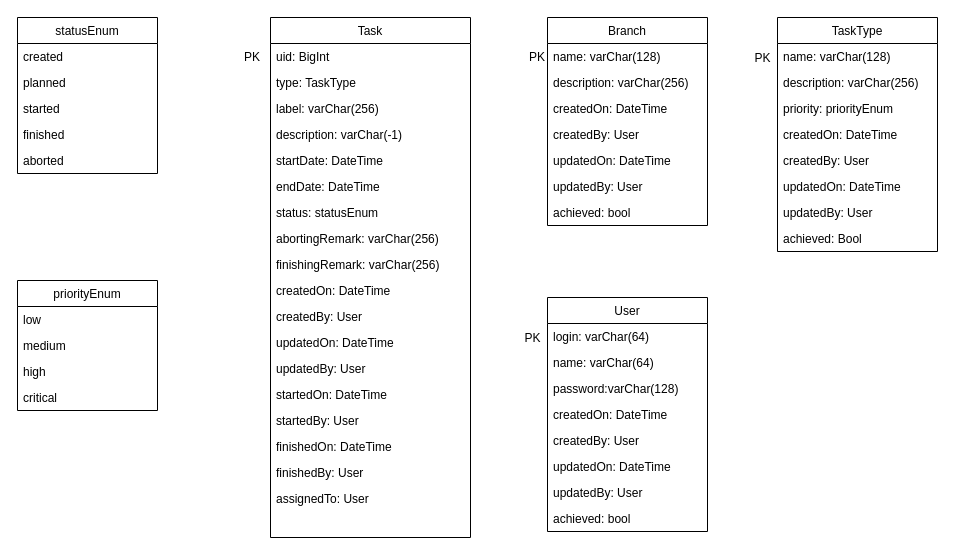
This is classes_overview.drawio from test-eban/fh_swf_mwf_2023, a draw.io file, before an edit. Source tidied: cells renumbered, new cells numbered last; positions are measured from the earlier drawing's top-left corner, leaving out a move shared by most shapes. Both pictures are drawn from the tidied source at 100%, with x=0, y=0 at pixel (17, 17).
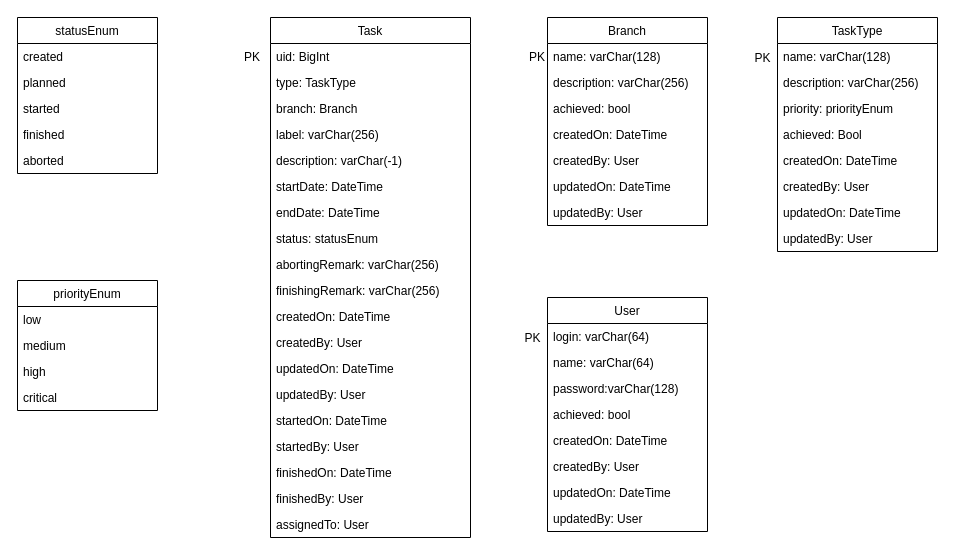
After the change.

Commit message (it also covers changes not shown here):
[BACKEND] new iteration of drawio backend

Unchanged cells that the change refers to:
```xml
<mxCell id="2" value="Task" style="swimlane;fontStyle=0;align=center;verticalAlign=top;horizontal=1;startSize=26;rounded=0;shadow=0;strokeWidth=1;" parent="1" vertex="1">
  <mxGeometry x="253" width="200" height="520" as="geometry" />
</mxCell>
<mxCell id="21" value="Branch" style="swimlane;fontStyle=0;horizontal=1;startSize=26;fillColor=none;" parent="1" vertex="1">
  <mxGeometry x="530" width="160" height="208" as="geometry" />
</mxCell>
<mxCell id="29" value="TaskType" style="swimlane;fontStyle=0;horizontal=1;startSize=26;fillColor=none;" parent="1" vertex="1">
  <mxGeometry x="760" width="160" height="234" as="geometry" />
</mxCell>
<mxCell id="38" value="User" style="swimlane;fontStyle=0;horizontal=1;startSize=26;fillColor=none;" parent="1" vertex="1">
  <mxGeometry x="530" y="280" width="160" height="234" as="geometry" />
</mxCell>
```

Change to the diagram source:
```diff
@@
+    <mxCell id="62" value="branch: Branch" style="text;align=left;verticalAlign=top;spacingLeft=4;spacingRight=4;overflow=hidden;rounded=0;shadow=0;html=0;" parent="2" vertex="1">
+      <mxGeometry y="78" width="200" height="26" as="geometry" />
+    </mxCell>
     <mxCell id="5" value="label: varChar(256)" style="text;align=left;verticalAlign=top;spacingLeft=4;spacingRight=4;overflow=hidden;rounded=0;shadow=0;html=0;" parent="2" vertex="1">
-      <mxGeometry y="78" width="200" height="26" as="geometry" />
+      <mxGeometry y="104" width="200" height="26" as="geometry" />
     </mxCell>
     <mxCell id="6" value="description: varChar(-1)" style="text;align=left;verticalAlign=top;spacingLeft=4;spacingRight=4;overflow=hidden;rounded=0;shadow=0;html=0;" parent="2" vertex="1">
-      <mxGeometry y="104" width="200" height="26" as="geometry" />
+      <mxGeometry y="130" width="200" height="26" as="geometry" />
     </mxCell>
     <mxCell id="7" value="startDate: DateTime" style="text;align=left;verticalAlign=top;spacingLeft=4;spacingRight=4;overflow=hidden;rounded=0;shadow=0;html=0;" parent="2" vertex="1">
-      <mxGeometry y="130" width="200" height="26" as="geometry" />
+      <mxGeometry y="156" width="200" height="26" as="geometry" />
     </mxCell>
     <mxCell id="8" value="endDate: DateTime" style="text;align=left;verticalAlign=top;spacingLeft=4;spacingRight=4;overflow=hidden;rounded=0;shadow=0;html=0;" parent="2" vertex="1">
-      <mxGeometry y="156" width="200" height="26" as="geometry" />
+      <mxGeometry y="182" width="200" height="26" as="geometry" />
     </mxCell>
     <mxCell id="9" value="status: statusEnum" style="text;align=left;verticalAlign=top;spacingLeft=4;spacingRight=4;overflow=hidden;rounded=0;shadow=0;html=0;" parent="2" vertex="1">
-      <mxGeometry y="182" width="200" height="26" as="geometry" />
+      <mxGeometry y="208" width="200" height="26" as="geometry" />
     </mxCell>
     <mxCell id="10" value="abortingRemark: varChar(256)" style="text;align=left;verticalAlign=top;spacingLeft=4;spacingRight=4;overflow=hidden;rounded=0;shadow=0;html=0;" parent="2" vertex="1">
-      <mxGeometry y="208" width="200" height="26" as="geometry" />
+      <mxGeometry y="234" width="200" height="26" as="geometry" />
     </mxCell>
     <mxCell id="11" value="finishingRemark: varChar(256)" style="text;align=left;verticalAlign=top;spacingLeft=4;spacingRight=4;overflow=hidden;rounded=0;shadow=0;html=0;" parent="2" vertex="1">
-      <mxGeometry y="234" width="200" height="26" as="geometry" />
+      <mxGeometry y="260" width="200" height="26" as="geometry" />
     </mxCell>
     <mxCell id="12" value="createdOn: DateTime" style="text;align=left;verticalAlign=top;spacingLeft=4;spacingRight=4;overflow=hidden;rounded=0;shadow=0;html=0;" parent="2" vertex="1">
-      <mxGeometry y="260" width="200" height="26" as="geometry" />
+      <mxGeometry y="286" width="200" height="26" as="geometry" />
     </mxCell>
     <mxCell id="13" value="createdBy: User" style="text;align=left;verticalAlign=top;spacingLeft=4;spacingRight=4;overflow=hidden;rounded=0;shadow=0;html=0;" parent="2" vertex="1">
-      <mxGeometry y="286" width="200" height="26" as="geometry" />
+      <mxGeometry y="312" width="200" height="26" as="geometry" />
     </mxCell>
     <mxCell id="14" value="updatedOn: DateTime" style="text;align=left;verticalAlign=top;spacingLeft=4;spacingRight=4;overflow=hidden;rounded=0;shadow=0;html=0;" parent="2" vertex="1">
-      <mxGeometry y="312" width="200" height="26" as="geometry" />
+      <mxGeometry y="338" width="200" height="26" as="geometry" />
     </mxCell>
     <mxCell id="15" value="updatedBy: User" style="text;align=left;verticalAlign=top;spacingLeft=4;spacingRight=4;overflow=hidden;rounded=0;shadow=0;html=0;" parent="2" vertex="1">
-      <mxGeometry y="338" width="200" height="26" as="geometry" />
+      <mxGeometry y="364" width="200" height="26" as="geometry" />
     </mxCell>
     <mxCell id="16" value="startedOn: DateTime" style="text;align=left;verticalAlign=top;spacingLeft=4;spacingRight=4;overflow=hidden;rounded=0;shadow=0;html=0;" parent="2" vertex="1">
-      <mxGeometry y="364" width="200" height="26" as="geometry" />
+      <mxGeometry y="390" width="200" height="26" as="geometry" />
     </mxCell>
     <mxCell id="17" value="startedBy: User" style="text;align=left;verticalAlign=top;spacingLeft=4;spacingRight=4;overflow=hidden;rounded=0;shadow=0;html=0;" parent="2" vertex="1">
-      <mxGeometry y="390" width="200" height="26" as="geometry" />
+      <mxGeometry y="416" width="200" height="26" as="geometry" />
     </mxCell>
     <mxCell id="18" value="finishedOn: DateTime" style="text;align=left;verticalAlign=top;spacingLeft=4;spacingRight=4;overflow=hidden;rounded=0;shadow=0;html=0;" parent="2" vertex="1">
-      <mxGeometry y="416" width="200" height="26" as="geometry" />
+      <mxGeometry y="442" width="200" height="26" as="geometry" />
     </mxCell>
     <mxCell id="19" value="finishedBy: User" style="text;align=left;verticalAlign=top;spacingLeft=4;spacingRight=4;overflow=hidden;rounded=0;shadow=0;html=0;" parent="2" vertex="1">
-      <mxGeometry y="442" width="200" height="26" as="geometry" />
+      <mxGeometry y="468" width="200" height="26" as="geometry" />
     </mxCell>
     <mxCell id="20" value="assignedTo: User" style="text;align=left;verticalAlign=top;spacingLeft=4;spacingRight=4;overflow=hidden;rounded=0;shadow=0;html=0;" parent="2" vertex="1">
-      <mxGeometry y="468" width="200" height="26" as="geometry" />
+      <mxGeometry y="494" width="200" height="26" as="geometry" />
     </mxCell>
@@
+    <mxCell id="28" value="achieved: bool" style="text;strokeColor=none;fillColor=none;align=left;verticalAlign=top;spacingLeft=4;spacingRight=4;overflow=hidden;" parent="21" vertex="1">
+      <mxGeometry y="78" width="160" height="26" as="geometry" />
+    </mxCell>
     <mxCell id="24" value="createdOn: DateTime" style="text;strokeColor=none;fillColor=none;align=left;verticalAlign=top;spacingLeft=4;spacingRight=4;overflow=hidden;" parent="21" vertex="1">
-      <mxGeometry y="78" width="160" height="26" as="geometry" />
+      <mxGeometry y="104" width="160" height="26" as="geometry" />
     </mxCell>
     <mxCell id="25" value="createdBy: User" style="text;strokeColor=none;fillColor=none;align=left;verticalAlign=top;spacingLeft=4;spacingRight=4;overflow=hidden;" parent="21" vertex="1">
-      <mxGeometry y="104" width="160" height="26" as="geometry" />
+      <mxGeometry y="130" width="160" height="26" as="geometry" />
     </mxCell>
     <mxCell id="26" value="updatedOn: DateTime" style="text;strokeColor=none;fillColor=none;align=left;verticalAlign=top;spacingLeft=4;spacingRight=4;overflow=hidden;" parent="21" vertex="1">
-      <mxGeometry y="130" width="160" height="26" as="geometry" />
+      <mxGeometry y="156" width="160" height="26" as="geometry" />
     </mxCell>
     <mxCell id="27" value="updatedBy: User" style="text;strokeColor=none;fillColor=none;align=left;verticalAlign=top;spacingLeft=4;spacingRight=4;overflow=hidden;" parent="21" vertex="1">
-      <mxGeometry y="156" width="160" height="26" as="geometry" />
+      <mxGeometry y="182" width="160" height="26" as="geometry" />
     </mxCell>
-    <mxCell id="28" value="achieved: bool" style="text;strokeColor=none;fillColor=none;align=left;verticalAlign=top;spacingLeft=4;spacingRight=4;overflow=hidden;" parent="21" vertex="1">
-      <mxGeometry y="182" width="160" height="26" as="geometry" />
-    </mxCell>
@@
+    <mxCell id="37" value="achieved: Bool" style="text;strokeColor=none;fillColor=none;align=left;verticalAlign=top;spacingLeft=4;spacingRight=4;overflow=hidden;" parent="29" vertex="1">
+      <mxGeometry y="104" width="160" height="26" as="geometry" />
+    </mxCell>
     <mxCell id="33" value="createdOn: DateTime" style="text;strokeColor=none;fillColor=none;align=left;verticalAlign=top;spacingLeft=4;spacingRight=4;overflow=hidden;" parent="29" vertex="1">
-      <mxGeometry y="104" width="160" height="26" as="geometry" />
+      <mxGeometry y="130" width="160" height="26" as="geometry" />
     </mxCell>
     <mxCell id="34" value="createdBy: User " style="text;strokeColor=none;fillColor=none;align=left;verticalAlign=top;spacingLeft=4;spacingRight=4;overflow=hidden;" parent="29" vertex="1">
-      <mxGeometry y="130" width="160" height="26" as="geometry" />
+      <mxGeometry y="156" width="160" height="26" as="geometry" />
     </mxCell>
     <mxCell id="35" value="updatedOn: DateTime" style="text;strokeColor=none;fillColor=none;align=left;verticalAlign=top;spacingLeft=4;spacingRight=4;overflow=hidden;" parent="29" vertex="1">
-      <mxGeometry y="156" width="160" height="26" as="geometry" />
+      <mxGeometry y="182" width="160" height="26" as="geometry" />
     </mxCell>
     <mxCell id="36" value="updatedBy: User" style="text;strokeColor=none;fillColor=none;align=left;verticalAlign=top;spacingLeft=4;spacingRight=4;overflow=hidden;" parent="29" vertex="1">
-      <mxGeometry y="182" width="160" height="26" as="geometry" />
+      <mxGeometry y="208" width="160" height="26" as="geometry" />
     </mxCell>
-    <mxCell id="37" value="achieved: Bool" style="text;strokeColor=none;fillColor=none;align=left;verticalAlign=top;spacingLeft=4;spacingRight=4;overflow=hidden;" parent="29" vertex="1">
-      <mxGeometry y="208" width="160" height="26" as="geometry" />
-    </mxCell>
@@
+    <mxCell id="46" value="achieved: bool" style="text;strokeColor=none;fillColor=none;align=left;verticalAlign=top;spacingLeft=4;spacingRight=4;overflow=hidden;" parent="38" vertex="1">
+      <mxGeometry y="104" width="160" height="26" as="geometry" />
+    </mxCell>
     <mxCell id="42" value="createdOn: DateTime" style="text;strokeColor=none;fillColor=none;align=left;verticalAlign=top;spacingLeft=4;spacingRight=4;overflow=hidden;" parent="38" vertex="1">
-      <mxGeometry y="104" width="160" height="26" as="geometry" />
+      <mxGeometry y="130" width="160" height="26" as="geometry" />
     </mxCell>
     <mxCell id="43" value="createdBy: User" style="text;strokeColor=none;fillColor=none;align=left;verticalAlign=top;spacingLeft=4;spacingRight=4;overflow=hidden;" parent="38" vertex="1">
-      <mxGeometry y="130" width="160" height="26" as="geometry" />
+      <mxGeometry y="156" width="160" height="26" as="geometry" />
     </mxCell>
     <mxCell id="44" value="updatedOn: DateTime" style="text;strokeColor=none;fillColor=none;align=left;verticalAlign=top;spacingLeft=4;spacingRight=4;overflow=hidden;" parent="38" vertex="1">
-      <mxGeometry y="156" width="160" height="26" as="geometry" />
+      <mxGeometry y="182" width="160" height="26" as="geometry" />
     </mxCell>
     <mxCell id="45" value="updatedBy: User" style="text;strokeColor=none;fillColor=none;align=left;verticalAlign=top;spacingLeft=4;spacingRight=4;overflow=hidden;" parent="38" vertex="1">
-      <mxGeometry y="182" width="160" height="26" as="geometry" />
+      <mxGeometry y="208" width="160" height="26" as="geometry" />
     </mxCell>
-    <mxCell id="46" value="achieved: bool" style="text;strokeColor=none;fillColor=none;align=left;verticalAlign=top;spacingLeft=4;spacingRight=4;overflow=hidden;" parent="38" vertex="1">
-      <mxGeometry y="208" width="160" height="26" as="geometry" />
-    </mxCell>
```
